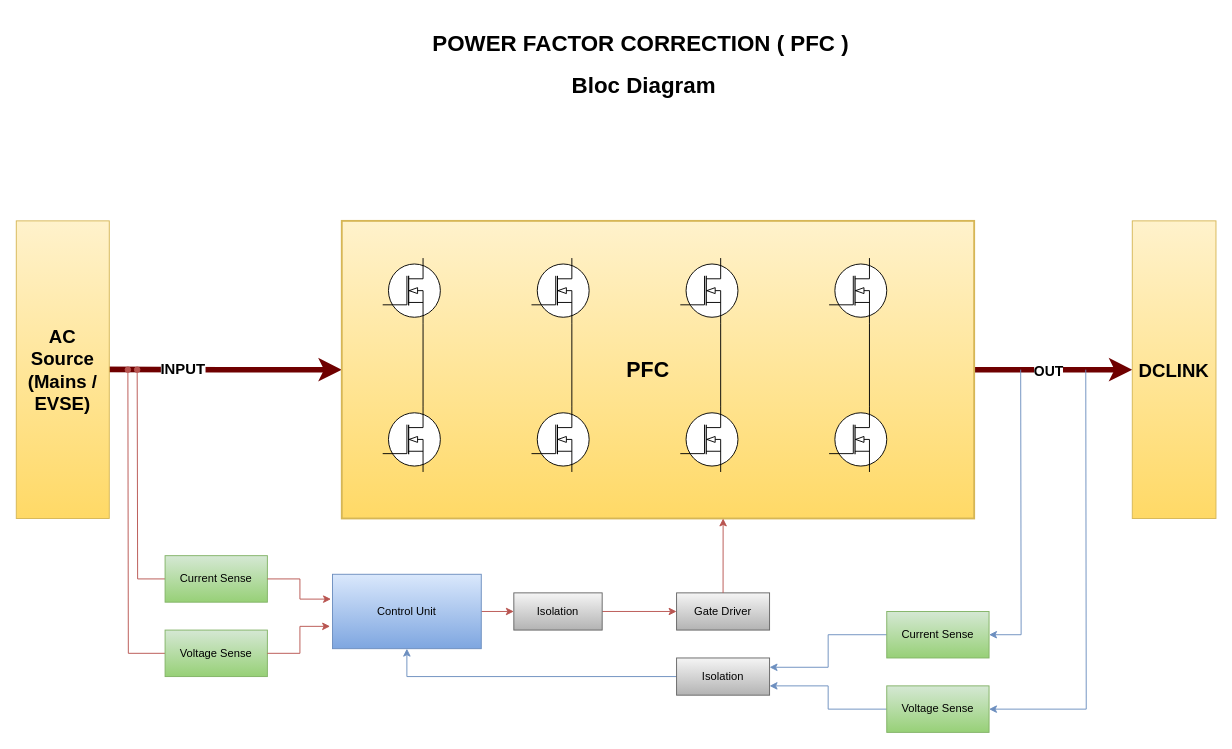
Before: 0010 PFC Design/0000 PFC DIAGRAM/PFC Diagram.drawio in Gueni/OBC, a draw.io diagram. Source tidied: cells renumbered, new cells numbered last; positions are measured from the earlier drawing's top-left corner, leaving out a move shared by most shapes. Both pictures are drawn from the tidied source at 93%, with x=0, y=0 at pixel (16, 25).
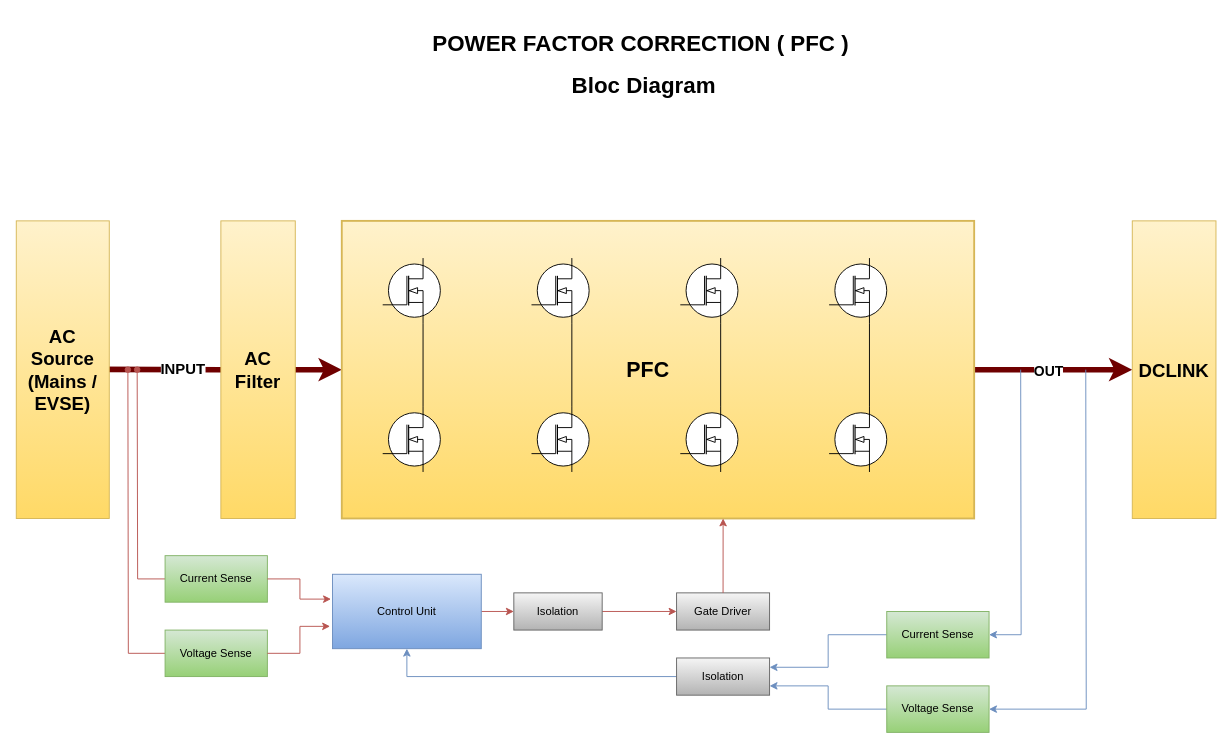
The same page after the edit.

Commit message (it also covers changes not shown here):
PCF Doc and AC filter

Diff of the diagram source:
```diff
@@
+    <mxCell id="47" value="&lt;font style=&quot;font-size: 20px;&quot;&gt;&lt;b&gt;AC Filter&lt;/b&gt;&lt;/font&gt;" style="rounded=0;whiteSpace=wrap;html=1;fillColor=#fff2cc;gradientColor=#ffd966;strokeColor=#d6b656;" parent="1" vertex="1">
+      <mxGeometry x="220" y="210" width="80" height="320" as="geometry" />
+    </mxCell>
```
